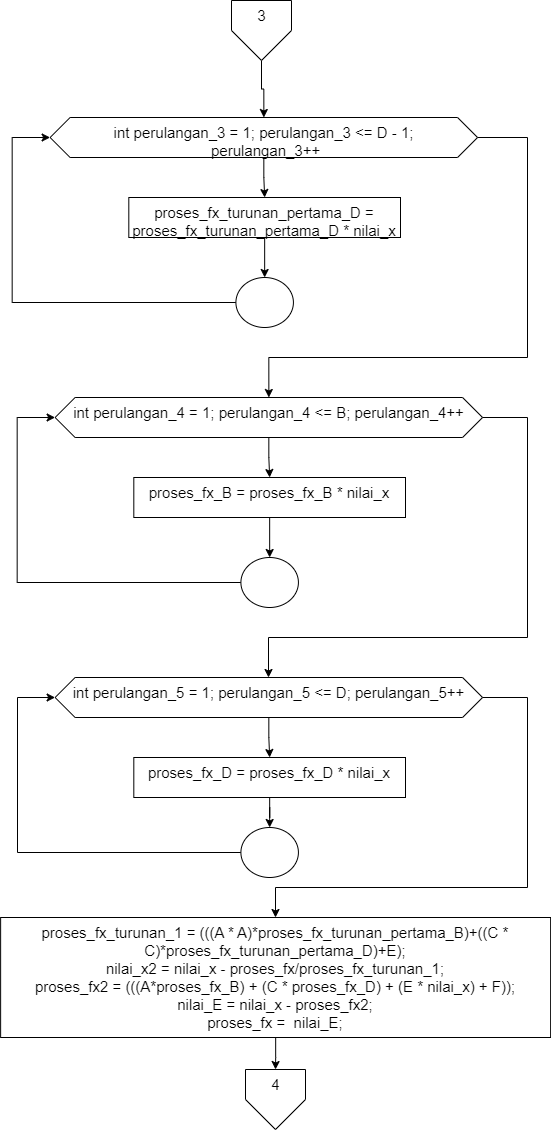
Earlier version of the draw.io export Page/page 7.png (indyadirak/algoritma-newton-raptor). Source tidied: cells renumbered, new cells last; positions are measured from the earlier drawing's top-left corner, leaving out a move shared by most shapes.
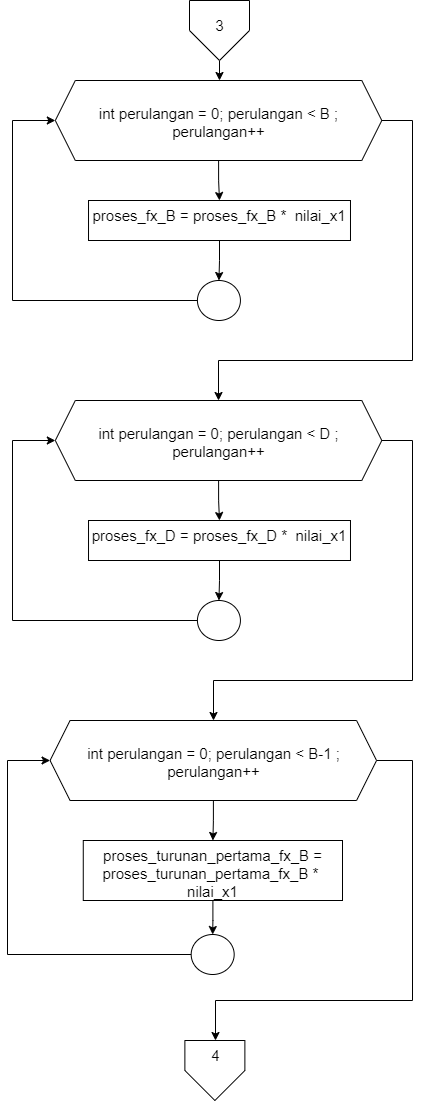
The same diagram one commit later.

The edit, as a diff of the source:
```diff
@@ -2,46 +2,46 @@
   <root>
     <mxCell id="0" />
     <mxCell id="1" parent="0" />
-    <mxCell id="2" style="edgeStyle=orthogonalEdgeStyle;rounded=0;jettySize=auto;html=1;entryX=0.5;entryY=0;entryDx=0;entryDy=0;fontSize=15;" parent="1" edge="1" source="3" target="7">
+    <mxCell id="2" style="edgeStyle=orthogonalEdgeStyle;rounded=0;jettySize=auto;html=1;fontSize=15;" parent="1" edge="1" source="3" target="7">
       <mxGeometry relative="1" as="geometry" />
     </mxCell>
-    <mxCell id="3" style="verticalLabelPosition=bottom;verticalAlign=top;html=1;shape=offPageConnector;rounded=0;size=0.5;strokeColor=#000000;fontSize=15;gradientColor=#FFFFFF;" parent="1" vertex="1">
-      <mxGeometry x="231" width="60" height="60" as="geometry" />
+    <mxCell id="3" style="verticalLabelPosition=bottom;verticalAlign=top;html=1;shape=offPageConnector;rounded=0;size=0.5;fontSize=15;" parent="1" vertex="1">
+      <mxGeometry x="224" y="-3" width="60" height="60" as="geometry" />
     </mxCell>
-    <mxCell id="4" value="3&lt;br&gt;" style="text;html=1;align=center;verticalAlign=middle;strokeColor=none;fillColor=none;fontSize=15;" parent="1" vertex="1">
-      <mxGeometry x="246" width="30" height="30" as="geometry" />
+    <mxCell id="4" value="3" style="text;html=1;align=center;verticalAlign=middle;strokeColor=none;fillColor=none;fontSize=15;" parent="1" vertex="1">
+      <mxGeometry x="239" y="7" width="30" height="30" as="geometry" />
     </mxCell>
     <mxCell id="5" style="edgeStyle=orthogonalEdgeStyle;rounded=0;jettySize=auto;html=1;fontSize=15;" parent="1" edge="1" source="7" target="9">
       <mxGeometry relative="1" as="geometry" />
     </mxCell>
-    <mxCell id="6" style="edgeStyle=orthogonalEdgeStyle;rounded=0;jettySize=auto;html=1;entryX=0.5;entryY=0;entryDx=0;entryDy=0;fontSize=15;" parent="1" edge="1" source="7" target="14">
+    <mxCell id="6" style="edgeStyle=orthogonalEdgeStyle;rounded=0;jettySize=auto;html=1;fontSize=15;" parent="1" edge="1" source="7" target="14">
       <mxGeometry relative="1" as="geometry">
         <Array as="points">
-          <mxPoint x="527" y="137" />
-          <mxPoint x="527" y="357" />
-          <mxPoint x="268" y="357" />
+          <mxPoint x="447" y="117" />
+          <mxPoint x="447" y="357" />
+          <mxPoint x="253" y="357" />
         </Array>
       </mxGeometry>
     </mxCell>
-    <mxCell id="7" value="&lt;span style=&quot;font-size: 15px;&quot;&gt;int perulangan_3 = 1; perulangan_3 &amp;lt;= D - 1;&lt;br&gt;&amp;nbsp;perulangan_3++&lt;/span&gt;" style="shape=hexagon;perimeter=hexagonPerimeter2;whiteSpace=wrap;html=1;fixedSize=1;fontSize=15;verticalAlign=top;rounded=0;" parent="1" vertex="1">
-      <mxGeometry x="49.6" y="117" width="427.5" height="40" as="geometry" />
+    <mxCell id="7" value="&lt;br&gt;int perulangan = 0; perulangan &amp;lt; B ; perulangan++" style="shape=hexagon;perimeter=hexagonPerimeter2;whiteSpace=wrap;html=1;fixedSize=1;fontSize=15;verticalAlign=top;rounded=0;align=center;" parent="1" vertex="1">
+      <mxGeometry x="89.8" y="77" width="326.5" height="80" as="geometry" />
     </mxCell>
     <mxCell id="8" style="edgeStyle=orthogonalEdgeStyle;rounded=0;jettySize=auto;html=1;fontSize=15;" parent="1" edge="1" source="9" target="11">
       <mxGeometry relative="1" as="geometry" />
     </mxCell>
-    <mxCell id="9" value="&lt;span style=&quot;font-size: 15px;&quot;&gt;proses_fx_turunan_pertama_D = proses_fx_turunan_pertama_D * nilai_x&lt;/span&gt;" style="whiteSpace=wrap;html=1;fontSize=15;verticalAlign=top;rounded=0;" parent="1" vertex="1">
-      <mxGeometry x="128.3" y="197" width="271.7" height="40" as="geometry" />
+    <mxCell id="9" value="proses_fx_B = proses_fx_B *&amp;nbsp; nilai_x1" style="whiteSpace=wrap;html=1;fontSize=15;verticalAlign=top;rounded=0;" parent="1" vertex="1">
+      <mxGeometry x="123" y="197" width="262" height="40" as="geometry" />
     </mxCell>
     <mxCell id="10" style="edgeStyle=orthogonalEdgeStyle;rounded=0;jettySize=auto;html=1;entryX=0;entryY=0.5;entryDx=0;entryDy=0;fontSize=15;" parent="1" edge="1" source="11" target="7">
       <mxGeometry relative="1" as="geometry">
         <Array as="points">
-          <mxPoint x="11.7" y="302" />
-          <mxPoint x="11.7" y="137" />
+          <mxPoint x="47" y="297" />
+          <mxPoint x="47" y="117" />
         </Array>
       </mxGeometry>
     </mxCell>
     <mxCell id="11" style="ellipse;whiteSpace=wrap;html=1;fontSize=15;verticalAlign=top;rounded=0;" parent="1" vertex="1">
-      <mxGeometry x="235.4" y="277" width="57.5" height="50" as="geometry" />
+      <mxGeometry x="231.9" y="277" width="43" height="40" as="geometry" />
     </mxCell>
     <mxCell id="12" style="edgeStyle=orthogonalEdgeStyle;rounded=0;jettySize=auto;html=1;fontSize=15;" parent="1" edge="1" source="14" target="16">
       <mxGeometry relative="1" as="geometry" />
@@ -49,31 +49,31 @@
     <mxCell id="13" style="edgeStyle=orthogonalEdgeStyle;rounded=0;jettySize=auto;html=1;fontSize=15;" parent="1" edge="1" source="14" target="21">
       <mxGeometry relative="1" as="geometry">
         <Array as="points">
-          <mxPoint x="527" y="417" />
-          <mxPoint x="527" y="637" />
-          <mxPoint x="268" y="637" />
+          <mxPoint x="447" y="437" />
+          <mxPoint x="447" y="677" />
+          <mxPoint x="248" y="677" />
         </Array>
       </mxGeometry>
     </mxCell>
-    <mxCell id="14" value="&lt;span style=&quot;font-size: 15px;&quot;&gt;int perulangan_4 = 1; perulangan_4 &amp;lt;= B; perulangan_4++&lt;/span&gt;" style="shape=hexagon;perimeter=hexagonPerimeter2;whiteSpace=wrap;html=1;fixedSize=1;fontSize=15;verticalAlign=top;rounded=0;" parent="1" vertex="1">
-      <mxGeometry x="54.6" y="397" width="427.5" height="40" as="geometry" />
+    <mxCell id="14" value="&lt;br&gt;int perulangan = 0; perulangan &amp;lt; D ; perulangan++" style="shape=hexagon;perimeter=hexagonPerimeter2;whiteSpace=wrap;html=1;fixedSize=1;fontSize=15;verticalAlign=top;rounded=0;align=center;" parent="1" vertex="1">
+      <mxGeometry x="89.8" y="397" width="326.5" height="80" as="geometry" />
     </mxCell>
     <mxCell id="15" style="edgeStyle=orthogonalEdgeStyle;rounded=0;jettySize=auto;html=1;fontSize=15;" parent="1" edge="1" source="16" target="18">
       <mxGeometry relative="1" as="geometry" />
     </mxCell>
-    <mxCell id="16" value="&lt;span style=&quot;font-size: 15px;&quot;&gt;proses_fx_B = proses_fx_B * nilai_x&lt;/span&gt;" style="whiteSpace=wrap;html=1;fontSize=15;verticalAlign=top;rounded=0;" parent="1" vertex="1">
-      <mxGeometry x="133.3" y="477" width="271.7" height="40" as="geometry" />
+    <mxCell id="16" value="proses_fx_D = proses_fx_D *&amp;nbsp; nilai_x1" style="whiteSpace=wrap;html=1;fontSize=15;verticalAlign=top;rounded=0;" parent="1" vertex="1">
+      <mxGeometry x="123" y="517" width="262" height="40" as="geometry" />
     </mxCell>
     <mxCell id="17" style="edgeStyle=orthogonalEdgeStyle;rounded=0;jettySize=auto;html=1;entryX=0;entryY=0.5;entryDx=0;entryDy=0;fontSize=15;" parent="1" edge="1" source="18" target="14">
       <mxGeometry relative="1" as="geometry">
         <Array as="points">
-          <mxPoint x="16.7" y="582" />
-          <mxPoint x="16.7" y="417" />
+          <mxPoint x="47" y="617" />
+          <mxPoint x="47" y="437" />
         </Array>
       </mxGeometry>
     </mxCell>
     <mxCell id="18" style="ellipse;whiteSpace=wrap;html=1;fontSize=15;verticalAlign=top;rounded=0;" parent="1" vertex="1">
-      <mxGeometry x="240.4" y="557" width="57.5" height="50" as="geometry" />
+      <mxGeometry x="231.9" y="597" width="43" height="40" as="geometry" />
     </mxCell>
     <mxCell id="19" style="edgeStyle=orthogonalEdgeStyle;rounded=0;jettySize=auto;html=1;fontSize=15;" parent="1" edge="1" source="21" target="23">
       <mxGeometry relative="1" as="geometry" />
@@ -81,43 +81,37 @@
     <mxCell id="20" style="edgeStyle=orthogonalEdgeStyle;rounded=0;jettySize=auto;html=1;fontSize=15;" parent="1" edge="1" source="21" target="27">
       <mxGeometry relative="1" as="geometry">
         <Array as="points">
-          <mxPoint x="527" y="697" />
-          <mxPoint x="527" y="887" />
-          <mxPoint x="275" y="887" />
+          <mxPoint x="447" y="757" />
+          <mxPoint x="447" y="997" />
+          <mxPoint x="250" y="997" />
         </Array>
       </mxGeometry>
     </mxCell>
-    <mxCell id="21" value="&lt;span style=&quot;font-size: 15px;&quot;&gt;int perulangan_5 = 1; perulangan_5 &amp;lt;= D; perulangan_5++&lt;/span&gt;" style="shape=hexagon;perimeter=hexagonPerimeter2;whiteSpace=wrap;html=1;fixedSize=1;fontSize=15;verticalAlign=top;rounded=0;" parent="1" vertex="1">
-      <mxGeometry x="54.6" y="677" width="427.5" height="40" as="geometry" />
+    <mxCell id="21" value="&lt;br&gt;int perulangan = 0; perulangan &amp;lt; B-1 ; perulangan++" style="shape=hexagon;perimeter=hexagonPerimeter2;whiteSpace=wrap;html=1;fixedSize=1;fontSize=15;verticalAlign=top;rounded=0;align=center;" parent="1" vertex="1">
+      <mxGeometry x="84.6" y="717" width="326.5" height="80" as="geometry" />
     </mxCell>
     <mxCell id="22" style="edgeStyle=orthogonalEdgeStyle;rounded=0;jettySize=auto;html=1;fontSize=15;" parent="1" edge="1" source="23" target="25">
       <mxGeometry relative="1" as="geometry" />
     </mxCell>
-    <mxCell id="23" value="&lt;span style=&quot;font-size: 15px;&quot;&gt;proses_fx_D = proses_fx_D * nilai_x&lt;/span&gt;" style="whiteSpace=wrap;html=1;fontSize=15;verticalAlign=top;rounded=0;" parent="1" vertex="1">
-      <mxGeometry x="133.3" y="757" width="271.7" height="40" as="geometry" />
+    <mxCell id="23" value="proses_turunan_pertama_fx_B = proses_turunan_pertama_fx_B *&amp;nbsp; nilai_x1" style="whiteSpace=wrap;html=1;fontSize=15;verticalAlign=top;rounded=0;" parent="1" vertex="1">
+      <mxGeometry x="117.8" y="837" width="259.2" height="60" as="geometry" />
     </mxCell>
     <mxCell id="24" style="edgeStyle=orthogonalEdgeStyle;rounded=0;jettySize=auto;html=1;entryX=0;entryY=0.5;entryDx=0;entryDy=0;fontSize=15;" parent="1" edge="1" source="25" target="21">
       <mxGeometry relative="1" as="geometry">
         <Array as="points">
-          <mxPoint x="17" y="852" />
-          <mxPoint x="17" y="697" />
+          <mxPoint x="42" y="951" />
+          <mxPoint x="42" y="757" />
         </Array>
       </mxGeometry>
     </mxCell>
     <mxCell id="25" style="ellipse;whiteSpace=wrap;html=1;fontSize=15;verticalAlign=top;rounded=0;" parent="1" vertex="1">
-      <mxGeometry x="240.4" y="827" width="57.5" height="50" as="geometry" />
+      <mxGeometry x="225.7" y="931" width="43" height="40" as="geometry" />
     </mxCell>
-    <mxCell id="26" style="edgeStyle=orthogonalEdgeStyle;rounded=0;jettySize=auto;html=1;entryX=0.5;entryY=0;entryDx=0;entryDy=0;fontSize=15;" parent="1" edge="1" source="27" target="28">
-      <mxGeometry relative="1" as="geometry" />
+    <mxCell id="26" style="verticalLabelPosition=bottom;verticalAlign=top;html=1;shape=offPageConnector;rounded=0;size=0.5;strokeColor=#000000;fontSize=15;gradientColor=#FFFFFF;" parent="1" vertex="1">
+      <mxGeometry x="219.4" y="1037" width="60" height="60" as="geometry" />
     </mxCell>
-    <mxCell id="27" value="&lt;div&gt;&lt;span style=&quot;font-size: 15px;&quot;&gt;proses_fx_turunan_1 = (((A * A)*proses_fx_turunan_pertama_B)+((C * C)*proses_fx_turunan_pertama_D)+E);&lt;/span&gt;&lt;/div&gt;&lt;div&gt;&lt;span style=&quot;font-size: 15px;&quot;&gt;nilai_x2 = nilai_x - proses_fx/proses_fx_turunan_1;&lt;/span&gt;&lt;/div&gt;&lt;div&gt;&lt;span style=&quot;font-size: 15px;&quot;&gt;proses_fx2 = (((A*proses_fx_B) + (C * proses_fx_D) + (E * nilai_x) + F));&lt;/span&gt;&lt;/div&gt;&lt;div&gt;&lt;span style=&quot;font-size: 15px;&quot;&gt;nilai_E = nilai_x - proses_fx2;&lt;/span&gt;&lt;/div&gt;&lt;div&gt;&lt;span style=&quot;font-size: 15px;&quot;&gt;proses_fx =&amp;nbsp; nilai_E;&lt;/span&gt;&lt;/div&gt;" style="rounded=0;whiteSpace=wrap;html=1;strokeColor=#000000;fontSize=15;gradientColor=#FFFFFF;" parent="1" vertex="1">
-      <mxGeometry x="0.1" y="917" width="550" height="120" as="geometry" />
+    <mxCell id="27" value="4" style="text;html=1;align=center;verticalAlign=middle;points=[];strokeColor=none;fillColor=none;fontSize=15;" parent="1" vertex="1">
+      <mxGeometry x="234.5" y="1037" width="30" height="30" as="geometry" />
     </mxCell>
-    <mxCell id="28" style="verticalLabelPosition=bottom;verticalAlign=top;html=1;shape=offPageConnector;rounded=0;size=0.5;strokeColor=#000000;fontSize=15;gradientColor=#FFFFFF;" parent="1" vertex="1">
-      <mxGeometry x="245" y="1069" width="60" height="60" as="geometry" />
-    </mxCell>
-    <mxCell id="29" value="4" style="text;html=1;align=center;verticalAlign=middle;strokeColor=none;fillColor=none;fontSize=15;" parent="1" vertex="1">
-      <mxGeometry x="260.1" y="1069" width="30" height="30" as="geometry" />
-    </mxCell>
   </root>
 </mxGraphModel>
```
